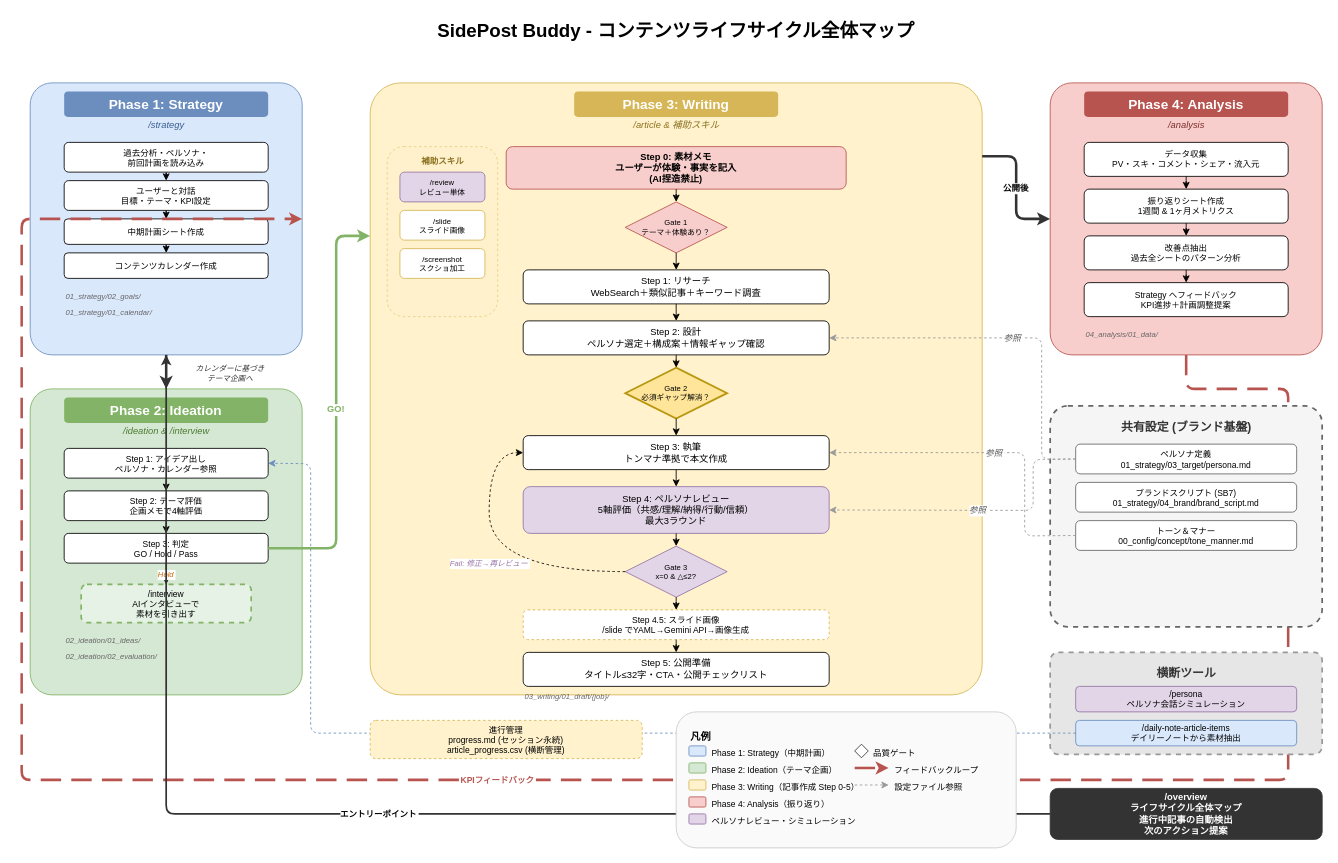
This is docs/sidepost_buddy_framework.drawio from tekonfo/sidepost_buddy, a draw.io file, before an edit. Source tidied: cells renumbered, new cells numbered last; positions are measured from the earlier drawing's top-left corner, leaving out a move shared by most shapes. Both pictures are drawn from the tidied source at 85%, with x=0, y=0 at pixel (21, 14).
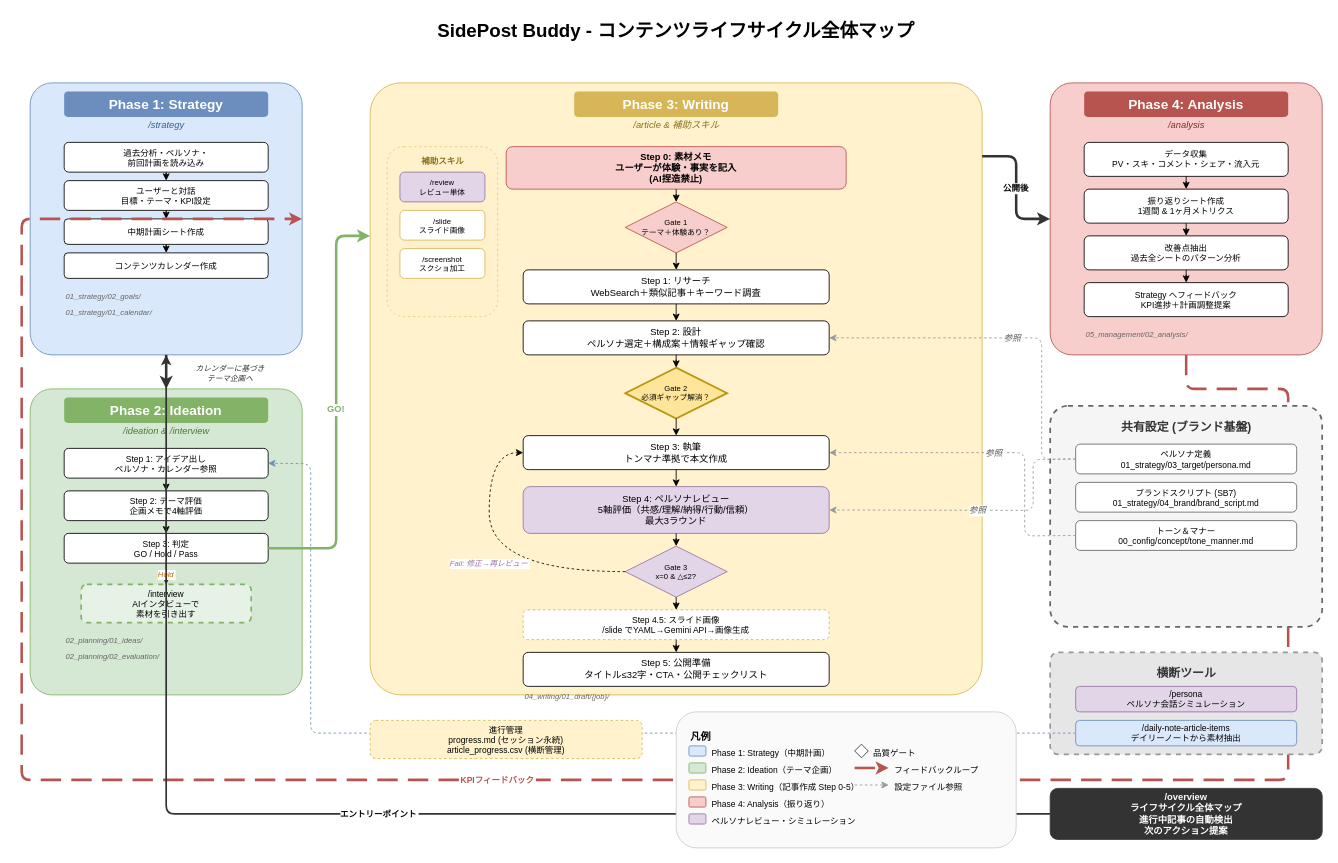
Above is the later version.

The edit, as a diff of the source:
```diff
@@
-    <mxCell id="23" value="02_ideation/01_ideas/" style="text;html=1;fontSize=9;fontStyle=2;align=left;fontColor=#666666;" parent="1" vertex="1">
+    <mxCell id="23" value="02_planning/01_ideas/" style="text;html=1;fontSize=9;fontStyle=2;align=left;fontColor=#666666;" parent="1" vertex="1">
       <mxGeometry x="50" y="725" width="240" height="18" as="geometry" />
     </mxCell>
-    <mxCell id="24" value="02_ideation/02_evaluation/" style="text;html=1;fontSize=9;fontStyle=2;align=left;fontColor=#666666;" parent="1" vertex="1">
+    <mxCell id="24" value="02_planning/02_evaluation/" style="text;html=1;fontSize=9;fontStyle=2;align=left;fontColor=#666666;" parent="1" vertex="1">
       <mxGeometry x="50" y="743" width="240" height="18" as="geometry" />
     </mxCell>
@@
-    <mxCell id="55" value="03_writing/01_draft/{job}/" style="text;html=1;fontSize=9;fontStyle=2;align=left;fontColor=#666666;" parent="1" vertex="1">
+    <mxCell id="55" value="04_writing/01_draft/{job}/" style="text;html=1;fontSize=9;fontStyle=2;align=left;fontColor=#666666;" parent="1" vertex="1">
       <mxGeometry x="590" y="790" width="240" height="18" as="geometry" />
     </mxCell>
@@
-    <mxCell id="63" value="04_analysis/01_data/" style="text;html=1;fontSize=9;fontStyle=2;align=left;fontColor=#666666;" parent="1" vertex="1">
+    <mxCell id="63" value="05_management/02_analysis/" style="text;html=1;fontSize=9;fontStyle=2;align=left;fontColor=#666666;" parent="1" vertex="1">
       <mxGeometry x="1250" y="365" width="240" height="18" as="geometry" />
     </mxCell>
```
